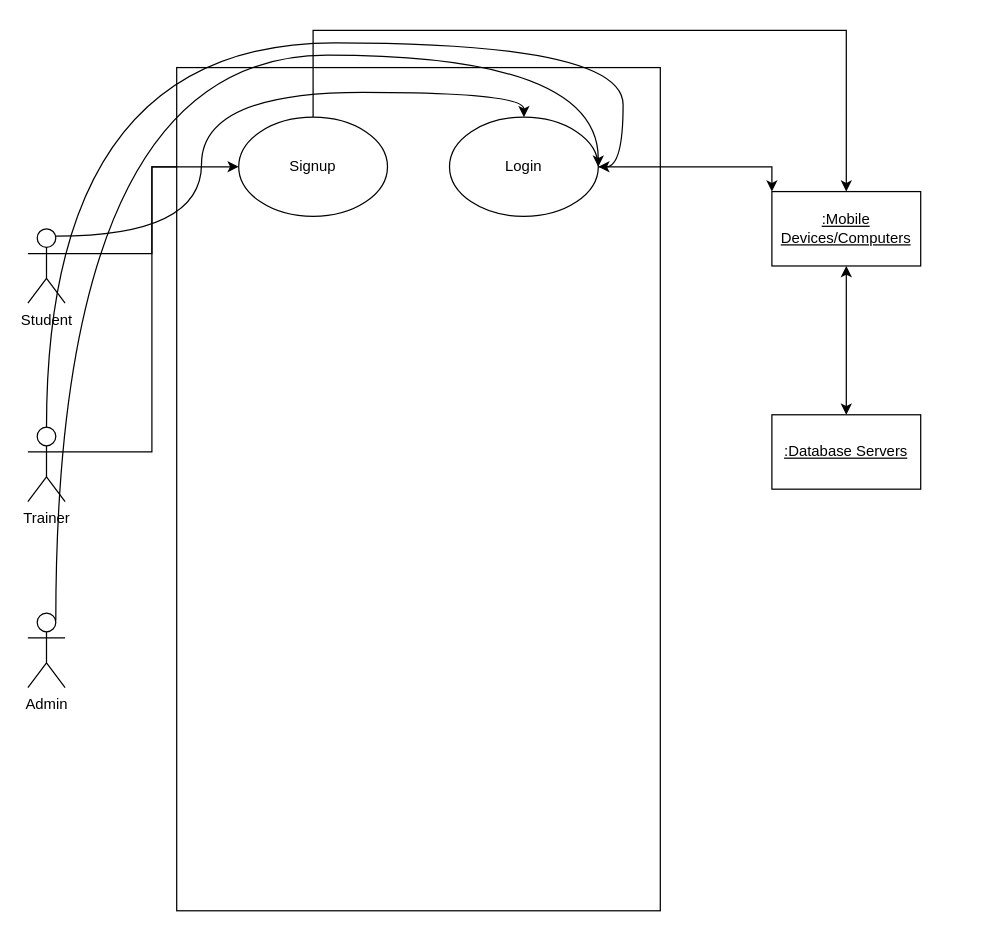
Above: page "Page-1" (1 of 2) of Untitled Diagram.drawio in tavtejS07/SOEN-6481 (draw.io), before the change. Source tidied: cells renumbered, new cells numbered last; positions are measured from the earlier drawing's top-left corner, leaving out a move shared by most shapes. Both pictures are drawn from the tidied source at 124%, with x=0, y=0 at pixel (27, 30).
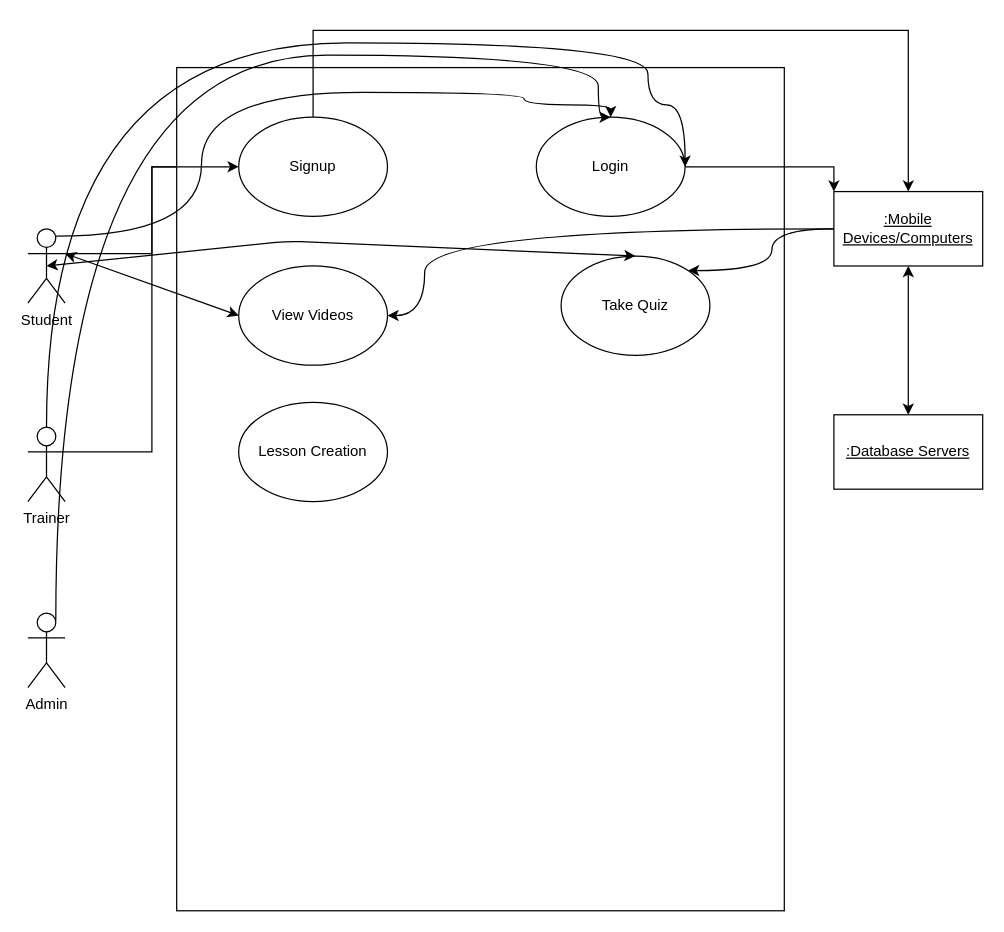
The same diagram, later.

Unchanged cells that the change refers to:
```xml
<mxCell id="2" value="Student" style="shape=umlActor;verticalLabelPosition=bottom;verticalAlign=top;html=1;outlineConnect=0;" parent="1" vertex="1">
  <mxGeometry y="160" width="30" height="60" as="geometry" />
</mxCell>
<mxCell id="4" value="Trainer" style="shape=umlActor;verticalLabelPosition=bottom;verticalAlign=top;html=1;outlineConnect=0;" parent="1" vertex="1">
  <mxGeometry y="320" width="30" height="60" as="geometry" />
</mxCell>
<mxCell id="5" value="Admin" style="shape=umlActor;verticalLabelPosition=bottom;verticalAlign=top;html=1;outlineConnect=0;" parent="1" vertex="1">
  <mxGeometry y="470" width="30" height="60" as="geometry" />
</mxCell>
<mxCell id="10" value="Signup" style="ellipse;whiteSpace=wrap;html=1;" parent="1" vertex="1">
  <mxGeometry x="170" y="70" width="120" height="80" as="geometry" />
</mxCell>
```

Change to the diagram source:
```diff
@@
     <mxCell id="6" style="rounded=0;whiteSpace=wrap;html=1;" parent="1" vertex="1">
-      <mxGeometry x="120" y="30" width="390" height="680" as="geometry" />
+      <mxGeometry x="120" y="30" width="490" height="680" as="geometry" />
     </mxCell>
+    <mxCell id="18" style="edgeStyle=orthogonalEdgeStyle;curved=1;rounded=0;jettySize=auto;html=1;exitX=0;exitY=0.5;exitDx=0;exitDy=0;entryX=1;entryY=0.5;entryDx=0;entryDy=0;" parent="1" edge="1" source="7" target="20">
+      <mxGeometry relative="1" as="geometry">
+        <Array as="points">
+          <mxPoint x="320" y="160" />
+          <mxPoint x="320" y="230" />
+        </Array>
+      </mxGeometry>
+    </mxCell>
+    <mxCell id="19" style="edgeStyle=orthogonalEdgeStyle;curved=1;rounded=0;jettySize=auto;html=1;exitX=0;exitY=0.5;exitDx=0;exitDy=0;entryX=1;entryY=0;entryDx=0;entryDy=0;" parent="1" edge="1" source="7" target="22">
+      <mxGeometry relative="1" as="geometry" />
+    </mxCell>
     <mxCell id="7" value="&lt;u&gt;:Mobile Devices/Computers&lt;/u&gt;" style="rounded=0;whiteSpace=wrap;html=1;" parent="1" vertex="1">
-      <mxGeometry x="600" y="130" width="120" height="60" as="geometry" />
+      <mxGeometry x="650" y="130" width="120" height="60" as="geometry" />
     </mxCell>
     <mxCell id="8" value="&lt;u&gt;:Database Servers&lt;/u&gt;" style="rounded=0;whiteSpace=wrap;html=1;" parent="1" vertex="1">
-      <mxGeometry x="600" y="310" width="120" height="60" as="geometry" />
+      <mxGeometry x="650" y="310" width="120" height="60" as="geometry" />
     </mxCell>
     <mxCell id="9" style="edgeStyle=orthogonalEdgeStyle;rounded=0;jettySize=auto;html=1;exitX=0.5;exitY=0;exitDx=0;exitDy=0;entryX=0.5;entryY=0;entryDx=0;entryDy=0;" parent="1" edge="1" source="10" target="7">
       <mxGeometry relative="1" as="geometry">
         <Array as="points">
           <mxPoint x="230" />
-          <mxPoint x="660" />
+          <mxPoint x="710" />
         </Array>
       </mxGeometry>
     </mxCell>
@@
     <mxCell id="14" value="Login" style="ellipse;whiteSpace=wrap;html=1;" parent="1" vertex="1">
-      <mxGeometry x="340" y="70" width="120" height="80" as="geometry" />
+      <mxGeometry x="410" y="70" width="120" height="80" as="geometry" />
     </mxCell>
     <mxCell id="15" style="edgeStyle=orthogonalEdgeStyle;curved=1;rounded=0;jettySize=auto;html=1;exitX=0.75;exitY=0.1;exitDx=0;exitDy=0;exitPerimeter=0;entryX=0.5;entryY=0;entryDx=0;entryDy=0;" parent="1" edge="1" source="2" target="14">
       <mxGeometry relative="1" as="geometry">
         <Array as="points">
           <mxPoint x="140" y="166" />
           <mxPoint x="140" y="50" />
           <mxPoint x="400" y="50" />
+          <mxPoint x="400" y="60" />
+          <mxPoint x="470" y="60" />
         </Array>
       </mxGeometry>
     </mxCell>
     <mxCell id="16" style="edgeStyle=orthogonalEdgeStyle;curved=1;rounded=0;jettySize=auto;html=1;exitX=0.5;exitY=0;exitDx=0;exitDy=0;exitPerimeter=0;entryX=1;entryY=0.5;entryDx=0;entryDy=0;" parent="1" edge="1" source="4" target="14">
       <mxGeometry relative="1" as="geometry">
         <Array as="points">
           <mxPoint x="15" y="10" />
-          <mxPoint x="480" y="10" />
-          <mxPoint x="480" y="110" />
+          <mxPoint x="500" y="10" />
+          <mxPoint x="500" y="60" />
+          <mxPoint x="530" y="60" />
         </Array>
       </mxGeometry>
     </mxCell>
     <mxCell id="17" style="edgeStyle=orthogonalEdgeStyle;curved=1;rounded=0;jettySize=auto;html=1;exitX=0.75;exitY=0.1;exitDx=0;exitDy=0;exitPerimeter=0;" parent="1" edge="1" source="5">
       <mxGeometry relative="1" as="geometry">
-        <mxPoint x="460" y="110" as="targetPoint" />
+        <mxPoint x="470" y="70" as="targetPoint" />
         <Array as="points">
           <mxPoint x="22" y="20" />
           <mxPoint x="460" y="20" />
         </Array>
       </mxGeometry>
     </mxCell>
+    <mxCell id="20" value="View Videos" style="ellipse;whiteSpace=wrap;html=1;" parent="1" vertex="1">
+      <mxGeometry x="170" y="190" width="120" height="80" as="geometry" />
+    </mxCell>
+    <mxCell id="21" style="endArrow=classic;startArrow=classic;html=1;exitX=0;exitY=0.5;exitDx=0;exitDy=0;" parent="1" edge="1" source="20">
+      <mxGeometry relative="1" as="geometry">
+        <mxPoint x="30" y="180" as="targetPoint" />
+      </mxGeometry>
+    </mxCell>
+    <mxCell id="22" value="Take Quiz" style="ellipse;whiteSpace=wrap;html=1;" parent="1" vertex="1">
+      <mxGeometry x="430" y="182" width="120" height="80" as="geometry" />
+    </mxCell>
+    <mxCell id="23" style="endArrow=classic;startArrow=classic;html=1;exitX=0.5;exitY=0.5;exitDx=0;exitDy=0;exitPerimeter=0;entryX=0.5;entryY=0;entryDx=0;entryDy=0;" parent="1" edge="1" source="2" target="22">
+      <mxGeometry relative="1" as="geometry">
+        <Array as="points">
+          <mxPoint x="210" y="170" />
+        </Array>
+      </mxGeometry>
+    </mxCell>
+    <mxCell id="24" value="Lesson Creation" style="ellipse;whiteSpace=wrap;html=1;" parent="1" vertex="1">
+      <mxGeometry x="170" y="300" width="120" height="80" as="geometry" />
+    </mxCell>
```
